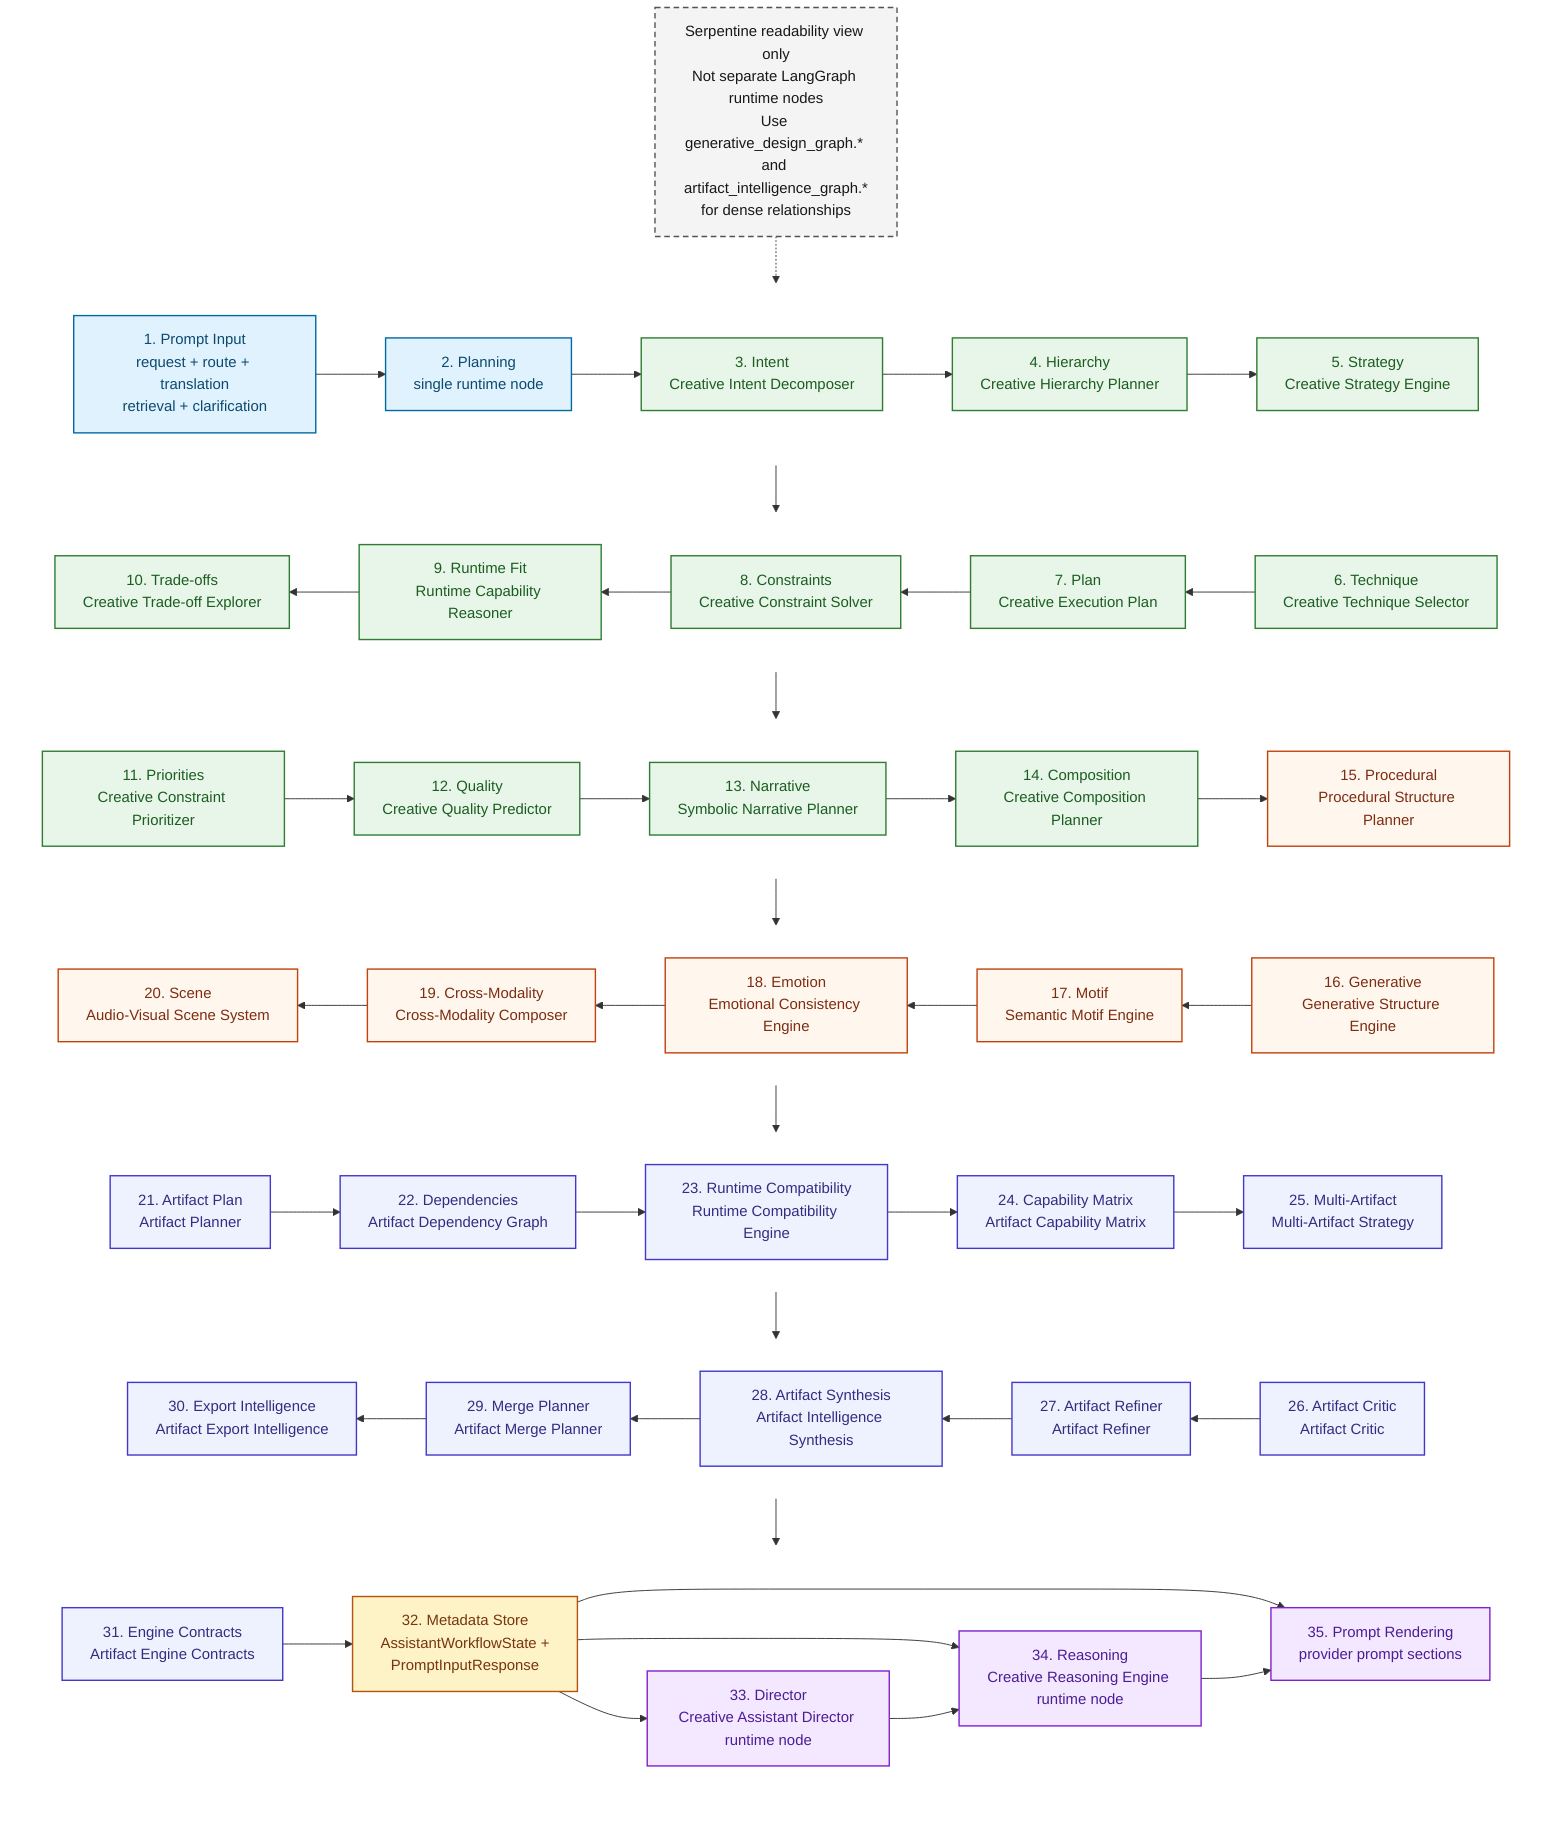
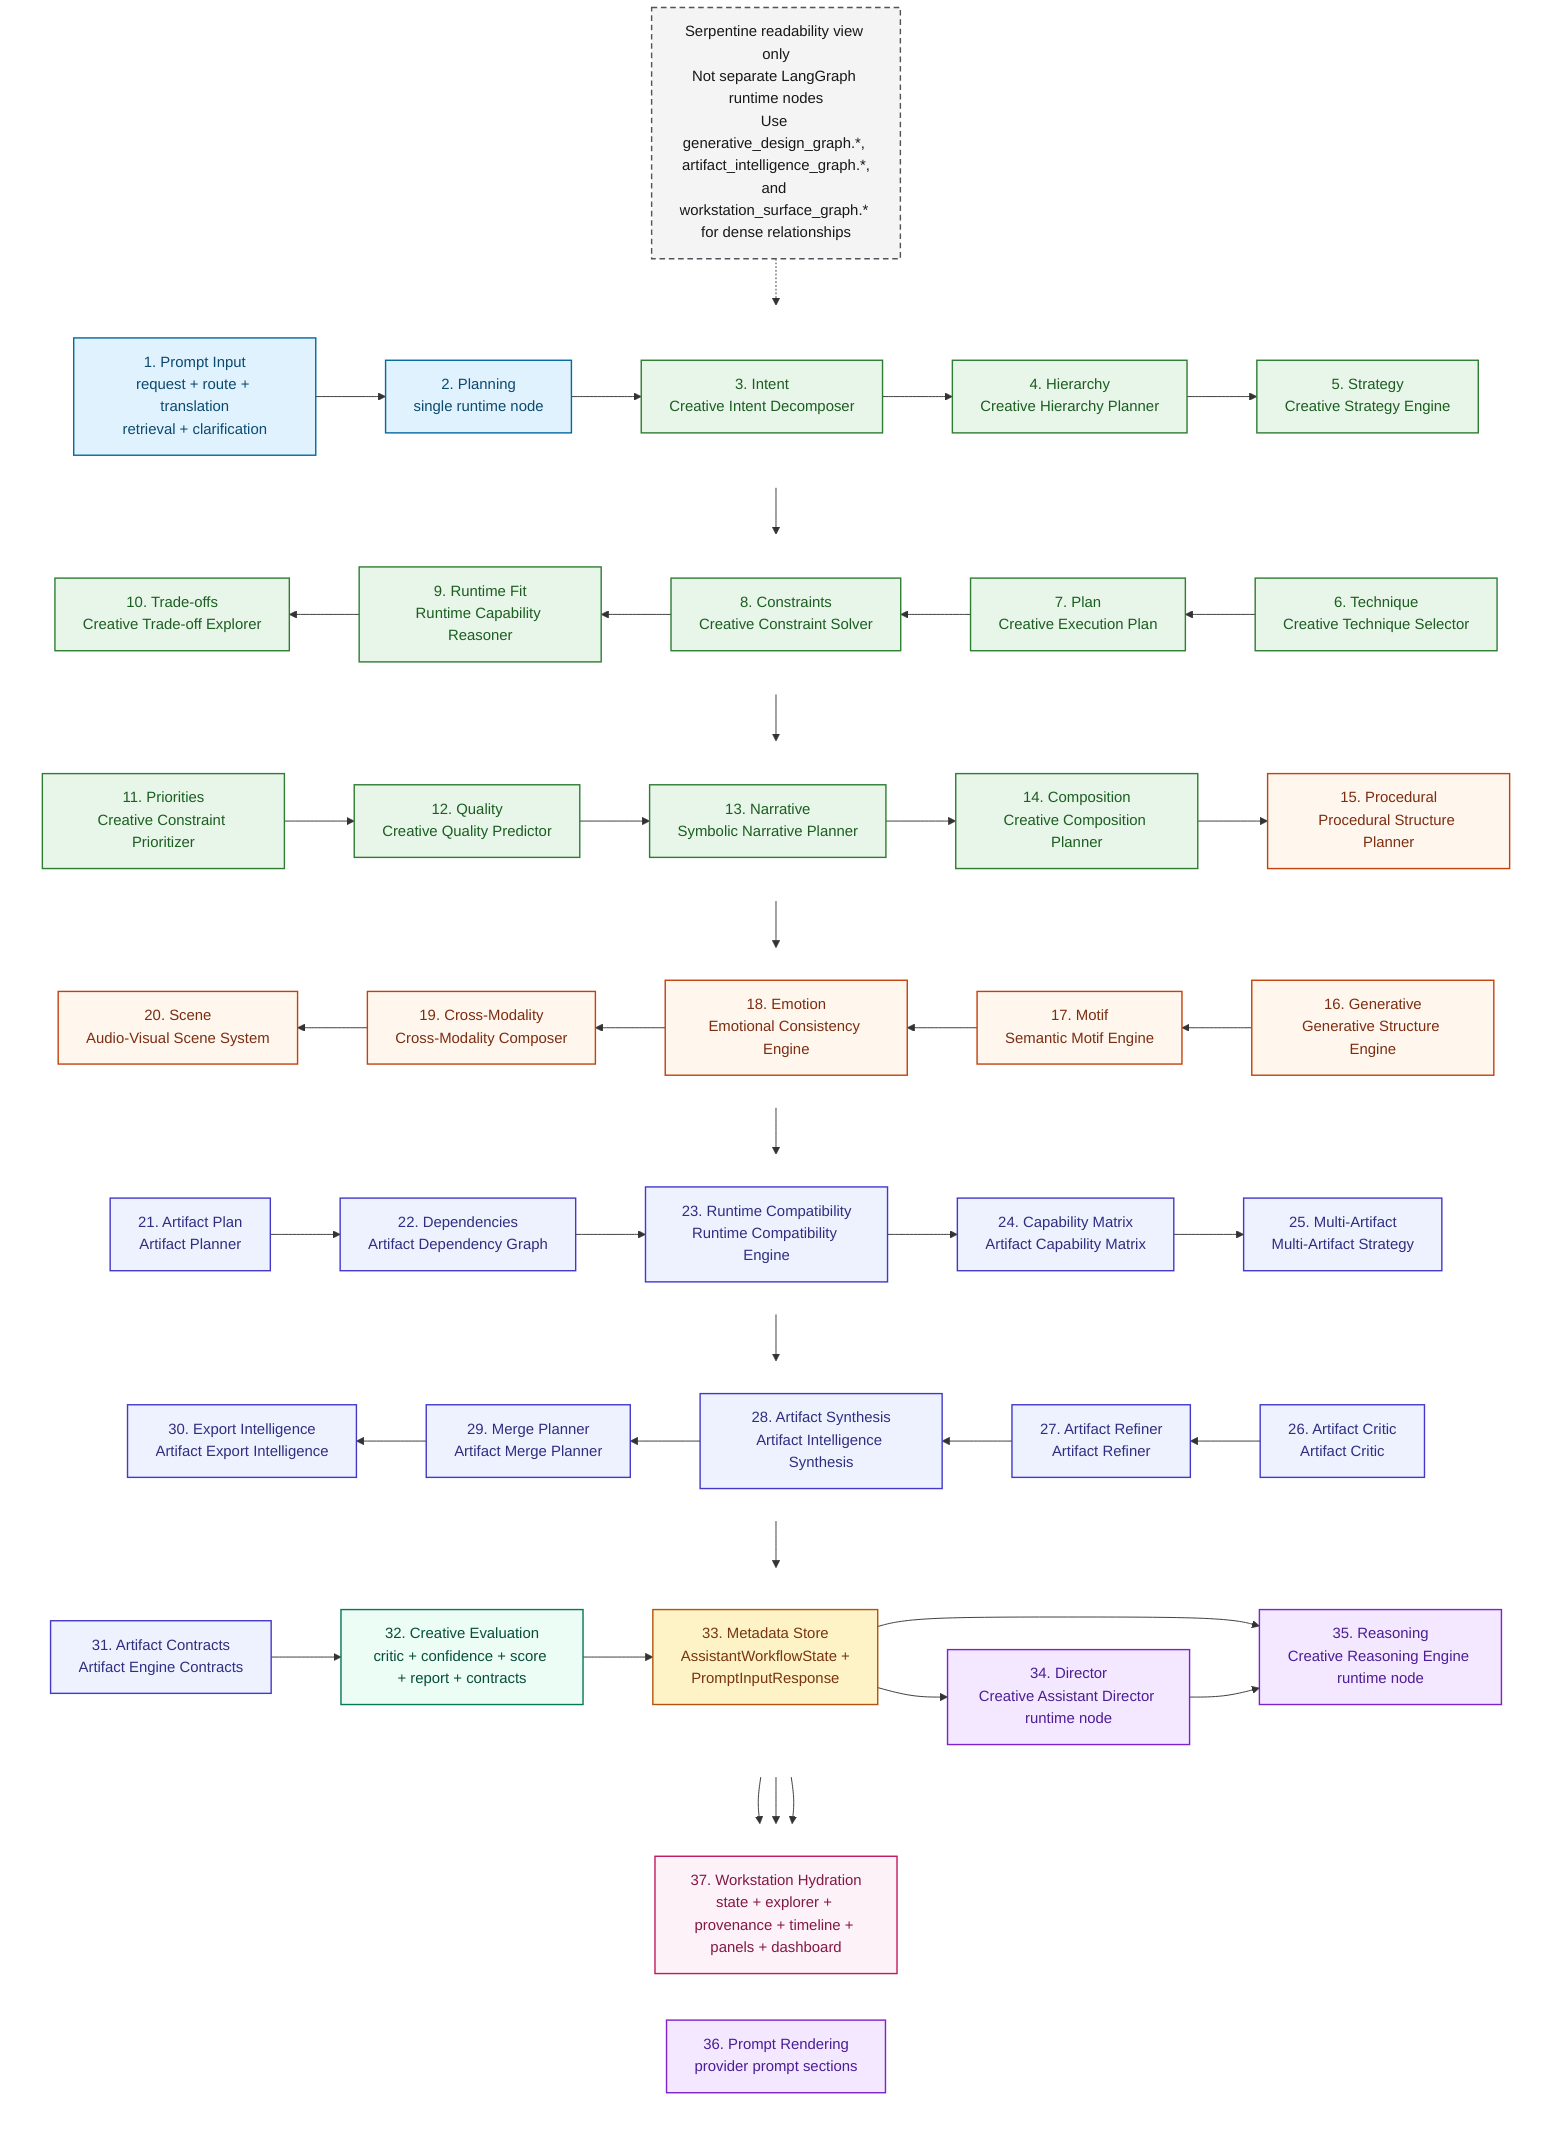
flowchart TB
    classDef runtime fill:#E0F2FE,stroke:#0369A1,color:#0C4A6E,stroke-width:1.5px;
    classDef cognition fill:#E8F5E9,stroke:#2E7D32,color:#1B5E20,stroke-width:1.5px;
    classDef design fill:#FFF7ED,stroke:#C2410C,color:#7C2D12,stroke-width:1.5px;
    classDef artifact fill:#EEF2FF,stroke:#4338CA,color:#312E81,stroke-width:1.5px;
+     classDef evaluation fill:#ECFDF5,stroke:#047857,color:#064E3B,stroke-width:1.5px;
    classDef store fill:#FEF3C7,stroke:#B45309,color:#78350F,stroke-width:1.5px;
    classDef consumer fill:#F3E8FF,stroke:#7E22CE,color:#4C1D95,stroke-width:1.5px;
+     classDef workstation fill:#FDF2F8,stroke:#BE185D,color:#831843,stroke-width:1.5px;
    classDef note fill:#F4F4F5,stroke:#52525B,color:#18181B,stroke-width:1.5px,stroke-dasharray: 6 4;

    subgraph row_1[" "]
        direction LR
        prompt_input["1. Prompt Input<br/>request + route + translation<br/>retrieval + clarification"]:::runtime
        planning["2. Planning<br/>single runtime node"]:::runtime
        intent["3. Intent<br/>Creative Intent Decomposer"]:::cognition
        hierarchy["4. Hierarchy<br/>Creative Hierarchy Planner"]:::cognition
        strategy["5. Strategy<br/>Creative Strategy Engine"]:::cognition
    end

    subgraph row_2[" "]
        direction RL
        techniques["6. Technique<br/>Creative Technique Selector"]:::cognition
        plan["7. Plan<br/>Creative Execution Plan"]:::cognition
        constraints["8. Constraints<br/>Creative Constraint Solver"]:::cognition
        runtime_reasoner["9. Runtime Fit<br/>Runtime Capability Reasoner"]:::cognition
        tradeoffs["10. Trade-offs<br/>Creative Trade-off Explorer"]:::cognition
    end

    subgraph row_3[" "]
        direction LR
        priorities["11. Priorities<br/>Creative Constraint Prioritizer"]:::cognition
        quality["12. Quality<br/>Creative Quality Predictor"]:::cognition
        narrative["13. Narrative<br/>Symbolic Narrative Planner"]:::cognition
        composition["14. Composition<br/>Creative Composition Planner"]:::cognition
        procedural["15. Procedural<br/>Procedural Structure Planner"]:::design
    end

    subgraph row_4[" "]
        direction RL
        generative["16. Generative<br/>Generative Structure Engine"]:::design
        motif["17. Motif<br/>Semantic Motif Engine"]:::design
        emotion["18. Emotion<br/>Emotional Consistency Engine"]:::design
        cross["19. Cross-Modality<br/>Cross-Modality Composer"]:::design
        scene["20. Scene<br/>Audio-Visual Scene System"]:::design
    end

    subgraph row_5[" "]
        direction LR
        artifact_plan["21. Artifact Plan<br/>Artifact Planner"]:::artifact
        dependency["22. Dependencies<br/>Artifact Dependency Graph"]:::artifact
        compatibility["23. Runtime Compatibility<br/>Runtime Compatibility Engine"]:::artifact
        capability["24. Capability Matrix<br/>Artifact Capability Matrix"]:::artifact
        artifact_strategy["25. Multi-Artifact<br/>Multi-Artifact Strategy"]:::artifact
    end

    subgraph row_6[" "]
        direction RL
        artifact_critic["26. Artifact Critic<br/>Artifact Critic"]:::artifact
        artifact_refiner["27. Artifact Refiner<br/>Artifact Refiner"]:::artifact
        artifact_synthesis["28. Artifact Synthesis<br/>Artifact Intelligence Synthesis"]:::artifact
        merge_planner["29. Merge Planner<br/>Artifact Merge Planner"]:::artifact
        export_intelligence["30. Export Intelligence<br/>Artifact Export Intelligence"]:::artifact
    end

    subgraph row_7[" "]
        direction LR
-         contracts["31. Engine Contracts<br/>Artifact Engine Contracts"]:::artifact
-         metadata_store["32. Metadata Store<br/>AssistantWorkflowState +<br/>PromptInputResponse"]:::store
-         director["33. Director<br/>Creative Assistant Director runtime node"]:::consumer
-         reasoning["34. Reasoning<br/>Creative Reasoning Engine runtime node"]:::consumer
-         prompt_rendering["35. Prompt Rendering<br/>provider prompt sections"]:::consumer
+         contracts["31. Artifact Contracts<br/>Artifact Engine Contracts"]:::artifact
+         evaluation["32. Creative Evaluation<br/>critic + confidence + score + report + contracts"]:::evaluation
+         metadata_store["33. Metadata Store<br/>AssistantWorkflowState +<br/>PromptInputResponse"]:::store
+         director["34. Director<br/>Creative Assistant Director runtime node"]:::consumer
+         reasoning["35. Reasoning<br/>Creative Reasoning Engine runtime node"]:::consumer
    end

-     note["Serpentine readability view only<br/>Not separate LangGraph runtime nodes<br/>Use generative_design_graph.* and artifact_intelligence_graph.*<br/>for dense relationships"]:::note
+     subgraph row_8[" "]
+         direction RL
+         workstation["37. Workstation Hydration<br/>state + explorer + provenance + timeline + panels + dashboard"]:::workstation
+         prompt_rendering["36. Prompt Rendering<br/>provider prompt sections"]:::consumer
+     end
+ 
+     note["Serpentine readability view only<br/>Not separate LangGraph runtime nodes<br/>Use generative_design_graph.*, artifact_intelligence_graph.*,<br/>and workstation_surface_graph.* for dense relationships"]:::note

    prompt_input --> planning --> intent --> hierarchy --> strategy
    strategy --> techniques --> plan --> constraints --> runtime_reasoner --> tradeoffs
    tradeoffs --> priorities --> quality --> narrative --> composition --> procedural
    procedural --> generative --> motif --> emotion --> cross --> scene
    scene --> artifact_plan --> dependency --> compatibility --> capability --> artifact_strategy
    artifact_strategy --> artifact_critic --> artifact_refiner --> artifact_synthesis --> merge_planner --> export_intelligence
-     export_intelligence --> contracts --> metadata_store
+     export_intelligence --> contracts --> evaluation --> metadata_store
    metadata_store --> director
    metadata_store --> reasoning
    metadata_store --> prompt_rendering
+     metadata_store --> workstation
    director --> reasoning --> prompt_rendering
    note -.-> planning

    style row_1 fill:none,stroke:none
    style row_2 fill:none,stroke:none
    style row_3 fill:none,stroke:none
    style row_4 fill:none,stroke:none
    style row_5 fill:none,stroke:none
    style row_6 fill:none,stroke:none
    style row_7 fill:none,stroke:none
+     style row_8 fill:none,stroke:none
